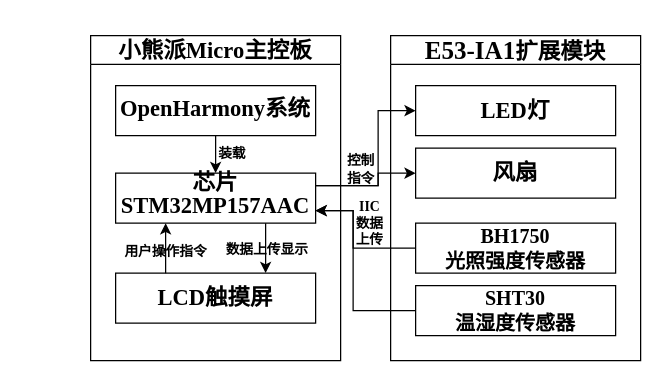
GaoXiaoLon/DrawIO keeps this draw.io diagram as 6.硬件.drawio. Above is the earlier version. Source tidied: cells renumbered, new cells numbered last; positions are measured from the earlier drawing's top-left corner, leaving out a move shared by most shapes. Both pictures are drawn from the tidied source at 125%, with x=0, y=0 at pixel (90, 35).
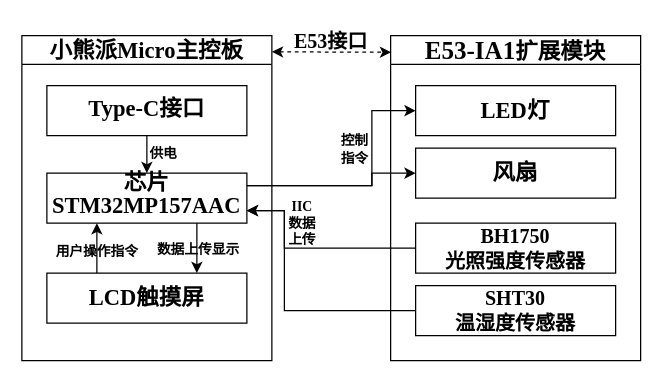
Above is the later version.

Unchanged cells that the change refers to:
```xml
<mxCell id="3" value="&lt;div style=&quot;line-height: 90%;&quot;&gt;&lt;span lang=&quot;EN-US&quot; style=&quot;&quot;&gt;&lt;font face=&quot;宋体&quot; style=&quot;font-size: 18px;&quot;&gt;芯片&lt;/font&gt;&lt;/span&gt;&lt;/div&gt;&lt;span lang=&quot;EN-US&quot; style=&quot;&quot;&gt;&lt;font face=&quot;Times New Roman&quot; style=&quot;font-size: 18px;&quot;&gt;STM32MP157AAC&lt;/font&gt;&lt;/span&gt;" style="rounded=0;whiteSpace=wrap;html=1;fontStyle=1;fillColor=none;" parent="2" vertex="1">
  <mxGeometry x="20" y="110" width="160" height="40" as="geometry" />
</mxCell>
<mxCell id="4" style="edgeStyle=orthogonalEdgeStyle;rounded=0;jettySize=auto;html=1;exitX=0.5;exitY=1;exitDx=0;exitDy=0;entryX=0.5;entryY=0;entryDx=0;entryDy=0;" parent="2" edge="1" source="6" target="3">
  <mxGeometry relative="1" as="geometry" />
</mxCell>
<mxCell id="16" value="&lt;span style=&quot;font-size:12.0pt;font-family:&lt;br/&gt;&amp;quot;Times New Roman&amp;quot;,serif;mso-fareast-font-family:宋体;mso-bidi-theme-font:minor-bidi;&lt;br/&gt;mso-ansi-language:EN-US;mso-fareast-language:ZH-CN;mso-bidi-language:AR-SA&quot; lang=&quot;EN-US&quot;&gt;&lt;font face=&quot;Times New Roman&quot;&gt;SHT30&lt;/font&gt;&lt;/span&gt;&lt;div&gt;&lt;span style=&quot;font-size:12.0pt;font-family:宋体;mso-ascii-font-family:&amp;quot;Times New Roman&amp;quot;;&lt;br/&gt;mso-hansi-font-family:&amp;quot;Times New Roman&amp;quot;;mso-bidi-font-family:&amp;quot;Times New Roman&amp;quot;;&lt;br/&gt;mso-bidi-theme-font:minor-bidi;mso-ansi-language:EN-US;mso-fareast-language:&lt;br/&gt;ZH-CN;mso-bidi-language:AR-SA&quot;&gt;温湿度传感器&lt;/span&gt;&lt;/div&gt;" style="rounded=0;whiteSpace=wrap;html=1;fontStyle=1;fillColor=none;" parent="1" vertex="1">
  <mxGeometry x="260" y="200" width="160" height="40" as="geometry" />
</mxCell>
<mxCell id="17" value="&lt;span style=&quot;font-size: 12pt;&quot; lang=&quot;EN-US&quot;&gt;&lt;font face=&quot;Times New Roman&quot;&gt;BH1750&lt;/font&gt;&lt;/span&gt;&lt;div&gt;&lt;span style=&quot;font-size:12.0pt;font-family:宋体;mso-ascii-font-family:&amp;quot;Times New Roman&amp;quot;;&lt;br/&gt;mso-hansi-font-family:&amp;quot;Times New Roman&amp;quot;;mso-bidi-font-family:&amp;quot;Times New Roman&amp;quot;;&lt;br/&gt;mso-bidi-theme-font:minor-bidi;mso-ansi-language:EN-US;mso-fareast-language:&lt;br/&gt;ZH-CN;mso-bidi-language:AR-SA&quot;&gt;光照强度传感器&lt;/span&gt;&lt;br&gt;&lt;/div&gt;" style="rounded=0;whiteSpace=wrap;html=1;fontStyle=1;fillColor=none;" parent="1" vertex="1">
  <mxGeometry x="260" y="150" width="160" height="40" as="geometry" />
</mxCell>
<mxCell id="18" value="&lt;font style=&quot;font-size: 18px;&quot; face=&quot;Times New Roman&quot;&gt;LED&lt;/font&gt;&lt;font style=&quot;font-size: 18px;&quot; face=&quot;宋体&quot;&gt;灯&lt;/font&gt;" style="rounded=0;whiteSpace=wrap;html=1;fontStyle=1;fillColor=none;" parent="1" vertex="1">
  <mxGeometry x="260" y="40" width="160" height="40" as="geometry" />
</mxCell>
<mxCell id="19" value="&lt;span style=&quot;font-size: 18px;&quot;&gt;&lt;font face=&quot;宋体&quot;&gt;风扇&lt;/font&gt;&lt;/span&gt;" style="rounded=0;whiteSpace=wrap;html=1;fontStyle=1;fillColor=none;" parent="1" vertex="1">
  <mxGeometry x="260" y="90" width="160" height="40" as="geometry" />
</mxCell>
```

The edit, as a diff of the source:
```diff
@@
-    <mxCell id="2" value="&lt;font style=&quot;font-size: 18px;&quot;&gt;&lt;span style=&quot;font-family: 宋体;&quot;&gt;小熊派&lt;/span&gt;&lt;font style=&quot;font-size: 18px;&quot; face=&quot;Times New Roman&quot;&gt;Micro&lt;/font&gt;&lt;span style=&quot;font-family: 宋体;&quot;&gt;主控板&lt;/span&gt;&lt;/font&gt;" style="swimlane;whiteSpace=wrap;html=1;" parent="1" vertex="1">
-      <mxGeometry width="200" height="260" as="geometry" />
+    <mxCell id="2" value="&lt;font style=&quot;font-size: 18px;&quot;&gt;&lt;span style=&quot;font-family: 宋体;&quot;&gt;小熊派&lt;/span&gt;&lt;font style=&quot;font-size: 18px;&quot; face=&quot;Times New Roman&quot;&gt;Micro&lt;/font&gt;&lt;span style=&quot;font-family: 宋体;&quot;&gt;主控板&lt;/span&gt;&lt;/font&gt;" style="swimlane;whiteSpace=wrap;html=1;points=[[0,0,0,0,0],[0,0.25,0,0,0],[0,0.5,0,0,0],[0,0.75,0,0,0],[0,1,0,0,0],[0.25,0,0,0,0],[0.25,1,0,0,0],[0.5,0,0,0,0],[0.5,1,0,0,0],[0.75,0,0,0,0],[0.75,1,0,0,0],[1,0,0,0,0],[1,0.05,0,0,0],[1,0.25,0,0,0],[1,0.5,0,0,0],[1,0.75,0,0,0],[1,1,0,0,0]];" parent="1" vertex="1">
+      <mxGeometry x="-55" width="200" height="260" as="geometry" />
     </mxCell>
@@
-    <mxCell id="5" value="装载" style="edgeLabel;html=1;align=center;verticalAlign=middle;labelBackgroundColor=none;fontFamily=宋体;fontStyle=1;" parent="4" vertex="1">
+    <mxCell id="5" value="供电" style="edgeLabel;html=1;align=center;verticalAlign=middle;labelBackgroundColor=none;fontFamily=宋体;fontStyle=1;" parent="4" vertex="1">
       <mxGeometry x="-0.16" y="-1" relative="1" as="geometry">
         <mxPoint x="13" as="offset" />
       </mxGeometry>
     </mxCell>
-    <mxCell id="6" value="&lt;div style=&quot;line-height: 90%;&quot;&gt;&lt;span style=&quot;font-size: 18px;&quot;&gt;&lt;font face=&quot;Times New Roman&quot;&gt;OpenHarmony系统&lt;/font&gt;&lt;/span&gt;&lt;/div&gt;" style="rounded=0;whiteSpace=wrap;html=1;fontStyle=1;fillColor=none;" parent="2" vertex="1">
+    <mxCell id="6" value="&lt;div style=&quot;line-height: 90%;&quot;&gt;&lt;span style=&quot;font-size: 18px;&quot;&gt;&lt;font face=&quot;Times New Roman&quot;&gt;Type-C&lt;/font&gt;&lt;font face=&quot;宋体&quot;&gt;接口&lt;/font&gt;&lt;/span&gt;&lt;/div&gt;" style="rounded=0;whiteSpace=wrap;html=1;fontStyle=1;fillColor=none;" parent="2" vertex="1">
       <mxGeometry x="20" y="40" width="160" height="40" as="geometry" />
     </mxCell>
-    <mxCell id="7" value="&lt;b style=&quot;font-size: 20px;&quot;&gt;&lt;font face=&quot;Times New Roman&quot;&gt;E53-IA1&lt;/font&gt;&lt;font style=&quot;font-size: 18px;&quot; face=&quot;宋体&quot;&gt;扩展模块&lt;/font&gt;&lt;/b&gt;" style="swimlane;whiteSpace=wrap;html=1;startSize=23;" parent="1" vertex="1">
+    <mxCell id="7" value="&lt;b style=&quot;font-size: 20px;&quot;&gt;&lt;font face=&quot;Times New Roman&quot;&gt;E53-IA1&lt;/font&gt;&lt;font style=&quot;font-size: 18px;&quot; face=&quot;宋体&quot;&gt;扩展模块&lt;/font&gt;&lt;/b&gt;" style="swimlane;whiteSpace=wrap;html=1;startSize=23;points=[[0,0,0,0,0],[0,0.06,0,0,0],[0,0.25,0,0,0],[0,0.5,0,0,0],[0,0.75,0,0,0],[0,1,0,0,0],[0.25,0,0,0,0],[0.25,1,0,0,0],[0.5,0,0,0,0],[0.5,1,0,0,0],[0.75,0,0,0,0],[0.75,1,0,0,0],[1,0,0,0,0],[1,0.25,0,0,0],[1,0.5,0,0,0],[1,0.75,0,0,0],[1,1,0,0,0]];" parent="1" vertex="1">
       <mxGeometry x="240" width="200" height="260" as="geometry" />
     </mxCell>
     <mxCell id="8" style="edgeStyle=orthogonalEdgeStyle;rounded=0;jettySize=auto;html=1;exitX=0;exitY=0.5;exitDx=0;exitDy=0;entryX=1;entryY=0.75;entryDx=0;entryDy=0;" parent="1" edge="1" source="17" target="3">
       <mxGeometry relative="1" as="geometry">
         <Array as="points">
-          <mxPoint x="210" y="170" />
-          <mxPoint x="210" y="140" />
+          <mxPoint x="155" y="170" />
+          <mxPoint x="155" y="140" />
         </Array>
       </mxGeometry>
     </mxCell>
     <mxCell id="9" style="edgeStyle=orthogonalEdgeStyle;rounded=0;jettySize=auto;html=1;exitX=0;exitY=0.5;exitDx=0;exitDy=0;entryX=1;entryY=0.75;entryDx=0;entryDy=0;" parent="1" edge="1" source="16" target="3">
       <mxGeometry relative="1" as="geometry">
         <Array as="points">
-          <mxPoint x="210" y="220" />
-          <mxPoint x="210" y="140" />
+          <mxPoint x="155" y="220" />
+          <mxPoint x="155" y="140" />
         </Array>
       </mxGeometry>
     </mxCell>
     <mxCell id="10" value="&lt;font face=&quot;Times New Roman&quot;&gt;IIC&lt;/font&gt;&lt;div&gt;数据&lt;/div&gt;&lt;div&gt;上传&lt;/div&gt;" style="edgeLabel;html=1;align=center;verticalAlign=middle;labelBackgroundColor=none;fontFamily=宋体;fontStyle=1;" parent="9" vertex="1">
       <mxGeometry x="0.32" relative="1" as="geometry">
-        <mxPoint x="12" y="-15" as="offset" />
+        <mxPoint x="13" y="-34" as="offset" />
       </mxGeometry>
     </mxCell>
@@
     <mxCell id="15" value="&lt;font style=&quot;font-size: 18px;&quot;&gt;&lt;font face=&quot;Times New Roman&quot;&gt;LCD&lt;/font&gt;&lt;font face=&quot;宋体&quot;&gt;触摸屏&lt;/font&gt;&lt;/font&gt;" style="rounded=0;whiteSpace=wrap;html=1;fontStyle=1;fillColor=none;" parent="1" vertex="1">
-      <mxGeometry x="20" y="190" width="160" height="40" as="geometry" />
+      <mxGeometry x="-35" y="190" width="160" height="40" as="geometry" />
     </mxCell>
@@
     <mxCell id="20" style="edgeStyle=orthogonalEdgeStyle;rounded=0;jettySize=auto;html=1;exitX=1;exitY=0.25;exitDx=0;exitDy=0;entryX=0;entryY=0.5;entryDx=0;entryDy=0;" parent="1" edge="1" source="3" target="19">
       <mxGeometry relative="1" as="geometry">
         <Array as="points">
-          <mxPoint x="230" y="120" />
-          <mxPoint x="230" y="110" />
+          <mxPoint x="225" y="120" />
+          <mxPoint x="225" y="110" />
         </Array>
       </mxGeometry>
     </mxCell>
     <mxCell id="21" style="edgeStyle=orthogonalEdgeStyle;rounded=0;jettySize=auto;html=1;exitX=1;exitY=0.25;exitDx=0;exitDy=0;entryX=0;entryY=0.5;entryDx=0;entryDy=0;" parent="1" edge="1" source="3" target="18">
       <mxGeometry relative="1" as="geometry">
         <Array as="points">
-          <mxPoint x="230" y="120" />
-          <mxPoint x="230" y="60" />
+          <mxPoint x="225" y="120" />
+          <mxPoint x="225" y="60" />
         </Array>
       </mxGeometry>
     </mxCell>
     <mxCell id="22" value="&lt;span style=&quot;&quot;&gt;控制&lt;/span&gt;&lt;div style=&quot;&quot;&gt;指令&lt;/div&gt;" style="edgeLabel;html=1;align=center;verticalAlign=middle;labelBackgroundColor=none;fontFamily=宋体;fontStyle=1;" parent="21" vertex="1">
       <mxGeometry x="-0.58" y="1" relative="1" as="geometry">
-        <mxPoint x="6" y="-13" as="offset" />
+        <mxPoint x="44" y="-29" as="offset" />
       </mxGeometry>
     </mxCell>
+    <mxCell id="23" style="endArrow=classic;startArrow=classic;html=1;rounded=0;exitX=1;exitY=0.05;exitDx=0;exitDy=0;exitPerimeter=0;entryX=0.002;entryY=0.051;entryDx=0;entryDy=0;entryPerimeter=0;dashed=1;" parent="1" edge="1" source="2" target="7">
+      <mxGeometry relative="1" as="geometry" />
+    </mxCell>
+    <mxCell id="24" value="&lt;b&gt;&lt;font face=&quot;Times New Roman&quot; style=&quot;font-size: 16px;&quot;&gt;E53&lt;/font&gt;&lt;font style=&quot;font-size: 16px;&quot; face=&quot;宋体&quot;&gt;接口&lt;/font&gt;&lt;/b&gt;" style="text;html=1;align=center;verticalAlign=middle;strokeColor=none;fillColor=none;" parent="1" vertex="1">
+      <mxGeometry x="152" y="-11" width="80" height="30" as="geometry" />
+    </mxCell>
```
